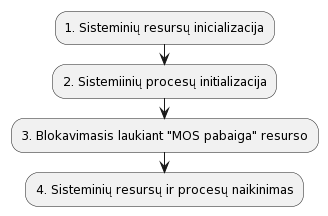
Before: aprasymas2/img/StartStop.png, a diagram exported from PlantUML (Mdominykas/OS).
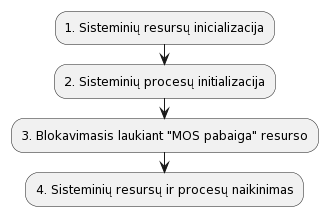
Later version of the same file.

The edit, as a diff of the source:
```diff
@@ -1,6 +1,6 @@
 @startuml
 :1. Sisteminių resursų inicializacija;
-:2. Sistemiinių procesų initializacija;
+:2. Sisteminių procesų initializacija;
 :3. Blokavimasis laukiant "MOS pabaiga" resurso;
 :4. Sisteminių resursų ir procesų naikinimas;
 @enduml
```
